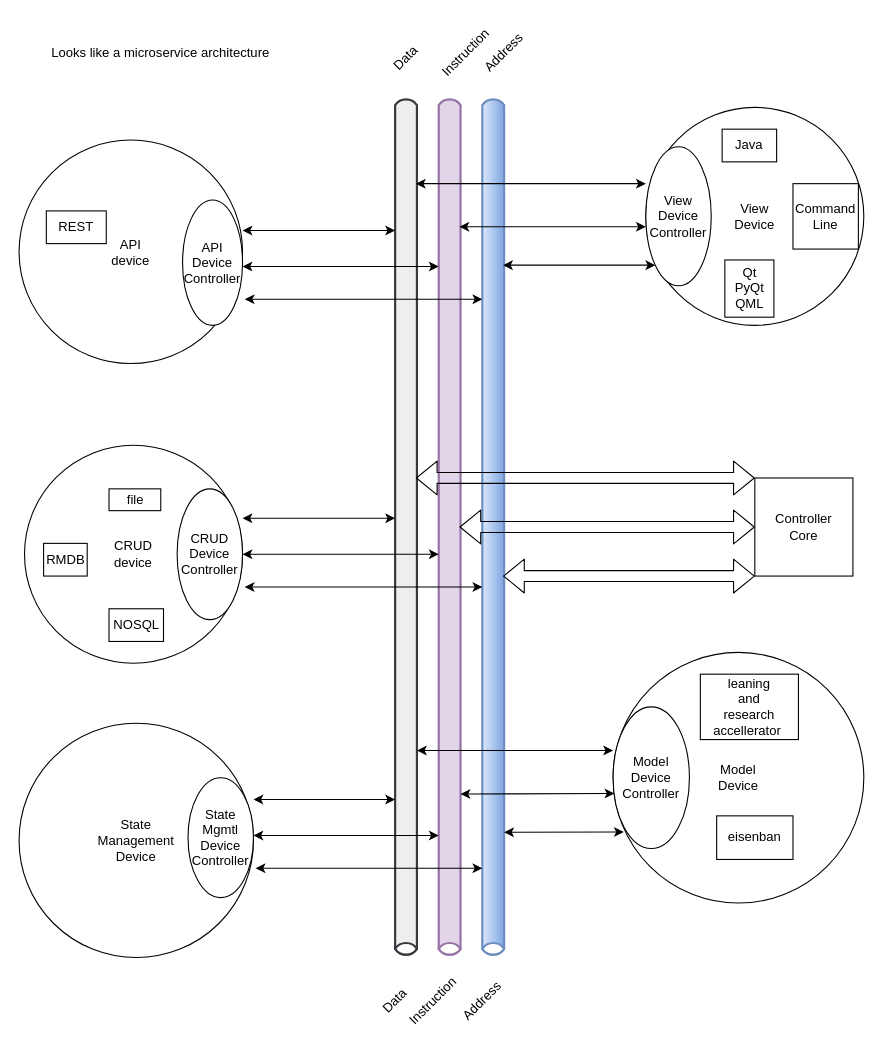
The draw.io diagram design/Models/preQ2_2024/VonNeumannDesignPatternDiagram_20kView.drawio in roynielsen17/at4lara, before the edit. Source tidied: cells renumbered, new cells numbered last; positions are measured from the earlier drawing's top-left corner, leaving out a move shared by most shapes. Both pictures are drawn from the tidied source at 109%, with x=0, y=0 at pixel (19, 36).
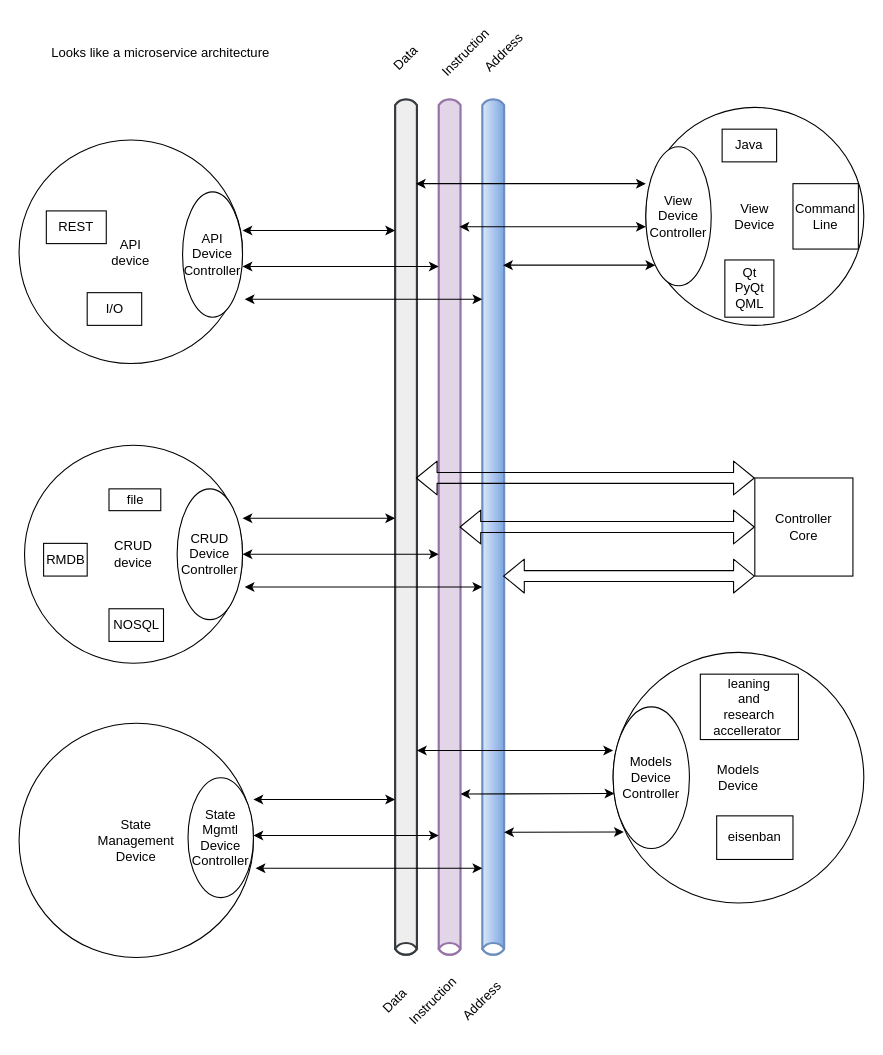
After the change.

The edit, as a diff of the source:
```diff
@@
-    <mxCell id="8" value="Model&lt;br&gt;Device" style="ellipse;whiteSpace=wrap;html=1;labelPosition=center;verticalLabelPosition=middle;align=center;verticalAlign=middle;" parent="1" vertex="1">
+    <mxCell id="8" value="Models&lt;br&gt;Device" style="ellipse;whiteSpace=wrap;html=1;labelPosition=center;verticalLabelPosition=middle;align=center;verticalAlign=middle;" parent="1" vertex="1">
       <mxGeometry x="545" y="565" width="230" height="230" as="geometry" />
     </mxCell>
-    <mxCell id="9" value="Model&lt;br&gt;Device&lt;br&gt;Controller" style="ellipse;whiteSpace=wrap;html=1;" parent="1" vertex="1">
+    <mxCell id="9" value="Models&lt;br&gt;Device&lt;br&gt;Controller" style="ellipse;whiteSpace=wrap;html=1;" parent="1" vertex="1">
       <mxGeometry x="545" y="615" width="70" height="130" as="geometry" />
     </mxCell>
@@
     <mxCell id="15" value="API&lt;br&gt;Device&lt;br&gt;Controller" style="ellipse;whiteSpace=wrap;html=1;" parent="1" vertex="1">
-      <mxGeometry x="150" y="150" width="55" height="115" as="geometry" />
+      <mxGeometry x="150" y="142.5" width="55" height="115" as="geometry" />
     </mxCell>
@@
+    <mxCell id="50" value="I/O" style="rounded=0;whiteSpace=wrap;html=1;" parent="1" vertex="1">
+      <mxGeometry x="62.5" y="235" width="50" height="30" as="geometry" />
+    </mxCell>
```
